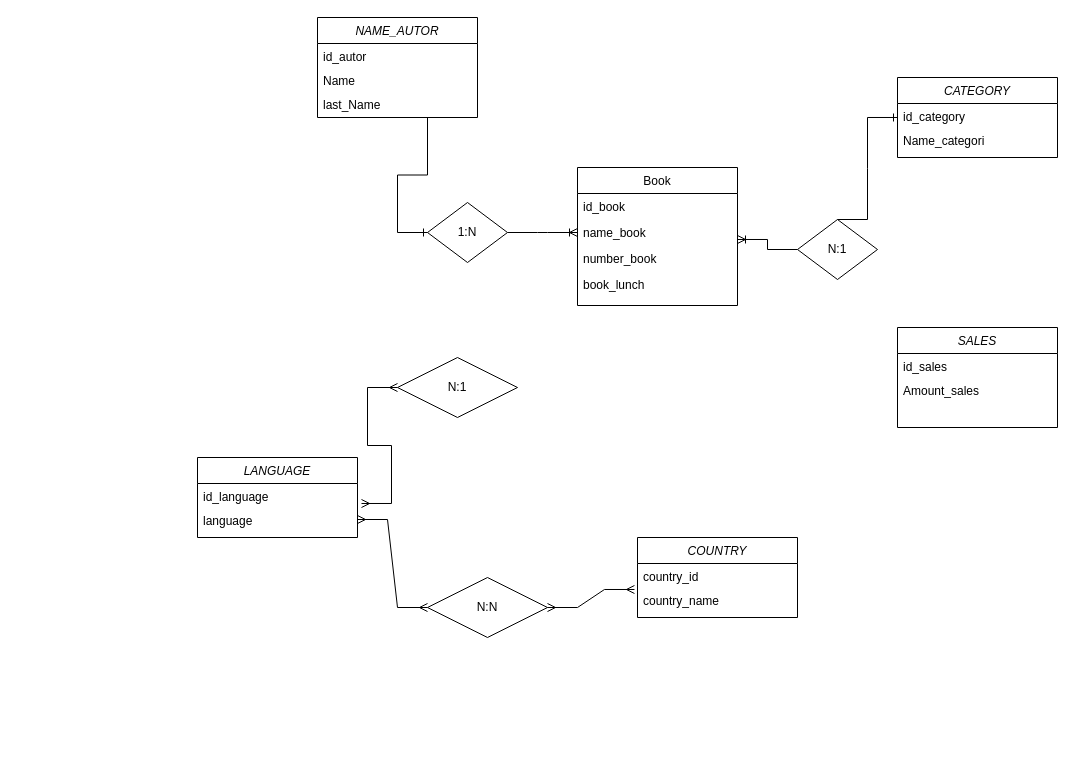
johns70/bucle-foreach keeps this draw.io diagram as Untitled Diagram.drawio. Above is the earlier version. Source tidied: cells renumbered, new cells numbered last; positions are measured from the earlier drawing's top-left corner, leaving out a move shared by most shapes. Both pictures are drawn from the tidied source at 100%, with x=0, y=0 at pixel (197, -135).
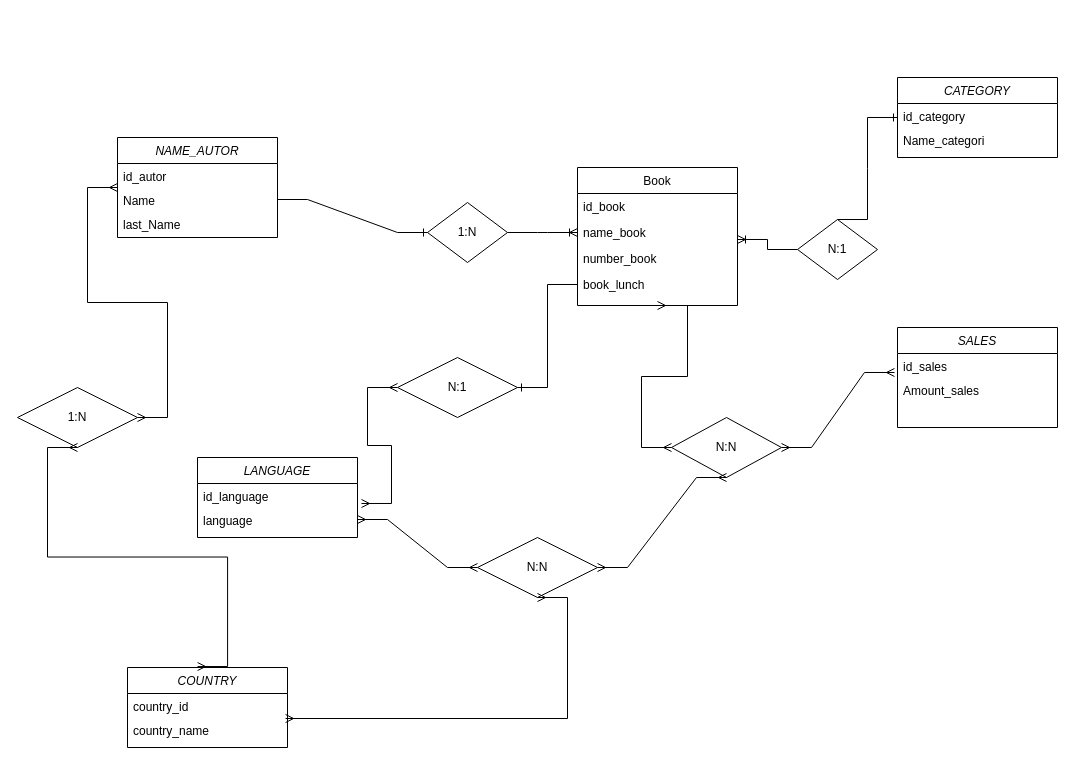
Above is the later version.

Unchanged cells that the change refers to:
```xml
<mxCell id="4" value="Name" style="text;align=left;verticalAlign=top;spacingLeft=4;spacingRight=4;overflow=hidden;points=[[0,0.5],[1,0.5]];portConstraint=eastwest;" parent="2" vertex="1">
  <mxGeometry y="50" width="160" height="24" as="geometry" />
</mxCell>
<mxCell id="6" value="Book" style="swimlane;fontStyle=0;align=center;verticalAlign=top;horizontal=1;startSize=26;rounded=0;shadow=0;strokeWidth=1;" parent="1" vertex="1">
  <mxGeometry x="380" y="302" width="160" height="138" as="geometry" />
</mxCell>
<mxCell id="10" value="book_lunch" style="text;align=left;verticalAlign=top;spacingLeft=4;spacingRight=4;overflow=hidden;points=[[0,0.5],[1,0.5]];portConstraint=eastwest;rounded=0;shadow=0;html=0;" parent="6" vertex="1">
  <mxGeometry y="104" width="160" height="26" as="geometry" />
</mxCell>
<mxCell id="19" value="country_name" style="text;align=left;verticalAlign=top;spacingLeft=4;spacingRight=4;overflow=hidden;points=[[0,0.5],[1,0.5]];portConstraint=eastwest;" parent="17" vertex="1">
  <mxGeometry y="50" width="160" height="24" as="geometry" />
</mxCell>
<mxCell id="22" value="Amount_sales" style="text;align=left;verticalAlign=top;spacingLeft=4;spacingRight=4;overflow=hidden;points=[[0,0.5],[1,0.5]];portConstraint=eastwest;" parent="20" vertex="1">
  <mxGeometry y="50" width="160" height="30" as="geometry" />
</mxCell>
<mxCell id="24" value="1:N" style="shape=rhombus;perimeter=rhombusPerimeter;whiteSpace=wrap;html=1;align=center;" parent="1" vertex="1">
  <mxGeometry x="230" y="337" width="80" height="60" as="geometry" />
</mxCell>
<mxCell id="29" value="N:1" style="shape=rhombus;perimeter=rhombusPerimeter;whiteSpace=wrap;html=1;align=center;" parent="1" vertex="1">
  <mxGeometry x="200" y="492" width="120" height="60" as="geometry" />
</mxCell>
```

The edit, as a diff of the source:
```diff
@@
     <mxCell id="2" value="NAME_AUTOR" style="swimlane;fontStyle=2;align=center;verticalAlign=top;horizontal=1;startSize=26;rounded=0;shadow=0;strokeWidth=1;" parent="1" vertex="1">
-      <mxGeometry x="120" y="152" width="160" height="100" as="geometry" />
+      <mxGeometry x="-80" y="272" width="160" height="100" as="geometry" />
     </mxCell>
@@
     <mxCell id="17" value="COUNTRY" style="swimlane;fontStyle=2;align=center;verticalAlign=top;horizontal=1;startSize=26;rounded=0;shadow=0;strokeWidth=1;" parent="1" vertex="1">
-      <mxGeometry x="440" y="672" width="160" height="80" as="geometry" />
+      <mxGeometry x="-70" y="802" width="160" height="80" as="geometry" />
     </mxCell>
@@
-    <mxCell id="28" style="edgeStyle=entityRelationEdgeStyle;fontSize=12;html=1;endArrow=ERone;endFill=1;rounded=0;entryX=0;entryY=0.5;entryDx=0;entryDy=0;exitX=0.5;exitY=1;exitDx=0;exitDy=0;" parent="1" edge="1" source="2" target="24">
+    <mxCell id="28" style="edgeStyle=entityRelationEdgeStyle;fontSize=12;html=1;endArrow=ERone;endFill=1;rounded=0;entryX=0;entryY=0.5;entryDx=0;entryDy=0;exitX=1;exitY=0.5;exitDx=0;exitDy=0;" parent="1" edge="1" source="4" target="24">
       <mxGeometry relative="1" as="geometry" />
     </mxCell>
@@
     <mxCell id="31" value="N:N" style="shape=rhombus;perimeter=rhombusPerimeter;whiteSpace=wrap;html=1;align=center;" parent="1" vertex="1">
-      <mxGeometry x="230" y="712" width="120" height="60" as="geometry" />
+      <mxGeometry x="280" y="672" width="120" height="60" as="geometry" />
     </mxCell>
-    <mxCell id="32" style="edgeStyle=entityRelationEdgeStyle;fontSize=12;html=1;endArrow=ERmany;startArrow=ERmany;rounded=0;exitX=1;exitY=0.5;exitDx=0;exitDy=0;entryX=-0.019;entryY=0.083;entryDx=0;entryDy=0;entryPerimeter=0;" parent="1" edge="1" source="31" target="19">
+    <mxCell id="32" style="edgeStyle=entityRelationEdgeStyle;fontSize=12;html=1;endArrow=ERmany;startArrow=ERmany;rounded=0;entryX=0.988;entryY=0.042;entryDx=0;entryDy=0;entryPerimeter=0;" parent="1" edge="1" target="19">
       <mxGeometry relative="1" as="geometry">
+        <mxPoint x="340" y="732" as="sourcePoint" />
         <Array as="points">
           <mxPoint x="520" y="925" />
         </Array>
       </mxGeometry>
     </mxCell>
@@
+    <mxCell id="34" style="edgeStyle=entityRelationEdgeStyle;fontSize=12;html=1;endArrow=ERone;endFill=1;rounded=0;entryX=1;entryY=0.5;entryDx=0;entryDy=0;exitX=0;exitY=0.5;exitDx=0;exitDy=0;" parent="1" edge="1" source="10" target="29">
+      <mxGeometry relative="1" as="geometry" />
+    </mxCell>
+    <mxCell id="35" value="N:N" style="shape=rhombus;perimeter=rhombusPerimeter;whiteSpace=wrap;html=1;align=center;" parent="1" vertex="1">
+      <mxGeometry x="474" y="552" width="110" height="60" as="geometry" />
+    </mxCell>
+    <mxCell id="36" style="edgeStyle=entityRelationEdgeStyle;fontSize=12;html=1;endArrow=ERmany;startArrow=ERmany;rounded=0;exitX=0.5;exitY=1;exitDx=0;exitDy=0;entryX=0;entryY=0.5;entryDx=0;entryDy=0;" parent="1" edge="1" source="6" target="35">
+      <mxGeometry relative="1" as="geometry">
+        <Array as="points">
+          <mxPoint x="620.5" y="703" />
+        </Array>
+      </mxGeometry>
+    </mxCell>
+    <mxCell id="37" style="edgeStyle=entityRelationEdgeStyle;fontSize=12;html=1;endArrow=ERmany;startArrow=ERmany;rounded=0;exitX=0.5;exitY=1;exitDx=0;exitDy=0;entryX=1;entryY=0.5;entryDx=0;entryDy=0;" parent="1" edge="1" source="35" target="31">
+      <mxGeometry relative="1" as="geometry">
+        <Array as="points">
+          <mxPoint x="905.5" y="895" />
+        </Array>
+      </mxGeometry>
+    </mxCell>
+    <mxCell id="38" style="edgeStyle=entityRelationEdgeStyle;fontSize=12;html=1;endArrow=ERmany;startArrow=ERmany;rounded=0;exitX=1;exitY=0.5;exitDx=0;exitDy=0;entryX=-0.019;entryY=-0.167;entryDx=0;entryDy=0;entryPerimeter=0;" parent="1" edge="1" source="35" target="22">
+      <mxGeometry relative="1" as="geometry">
+        <Array as="points">
+          <mxPoint x="1055.5" y="885" />
+        </Array>
+      </mxGeometry>
+    </mxCell>
+    <mxCell id="39" style="edgeStyle=entityRelationEdgeStyle;fontSize=12;html=1;endArrow=ERmany;startArrow=ERmany;rounded=0;" parent="1" edge="1" source="40">
+      <mxGeometry relative="1" as="geometry">
+        <mxPoint x="-80" y="322" as="targetPoint" />
+        <Array as="points">
+          <mxPoint x="-83" y="842" />
+          <mxPoint x="-70" y="862" />
+          <mxPoint x="705.5" y="1075" />
+        </Array>
+      </mxGeometry>
+    </mxCell>
+    <mxCell id="40" value="1:N" style="shape=rhombus;perimeter=rhombusPerimeter;whiteSpace=wrap;html=1;align=center;" parent="1" vertex="1">
+      <mxGeometry x="-180" y="522" width="120" height="60" as="geometry" />
+    </mxCell>
+    <mxCell id="41" style="edgeStyle=entityRelationEdgeStyle;fontSize=12;html=1;endArrow=ERmany;startArrow=ERmany;rounded=0;exitX=0.438;exitY=-0.012;exitDx=0;exitDy=0;exitPerimeter=0;" parent="1" edge="1" source="17">
+      <mxGeometry relative="1" as="geometry">
+        <mxPoint x="-120" y="582" as="targetPoint" />
+        <Array as="points">
+          <mxPoint x="-162" y="1062" />
+          <mxPoint x="-149" y="1082" />
+          <mxPoint x="626.5" y="1295" />
+        </Array>
+      </mxGeometry>
+    </mxCell>
```
